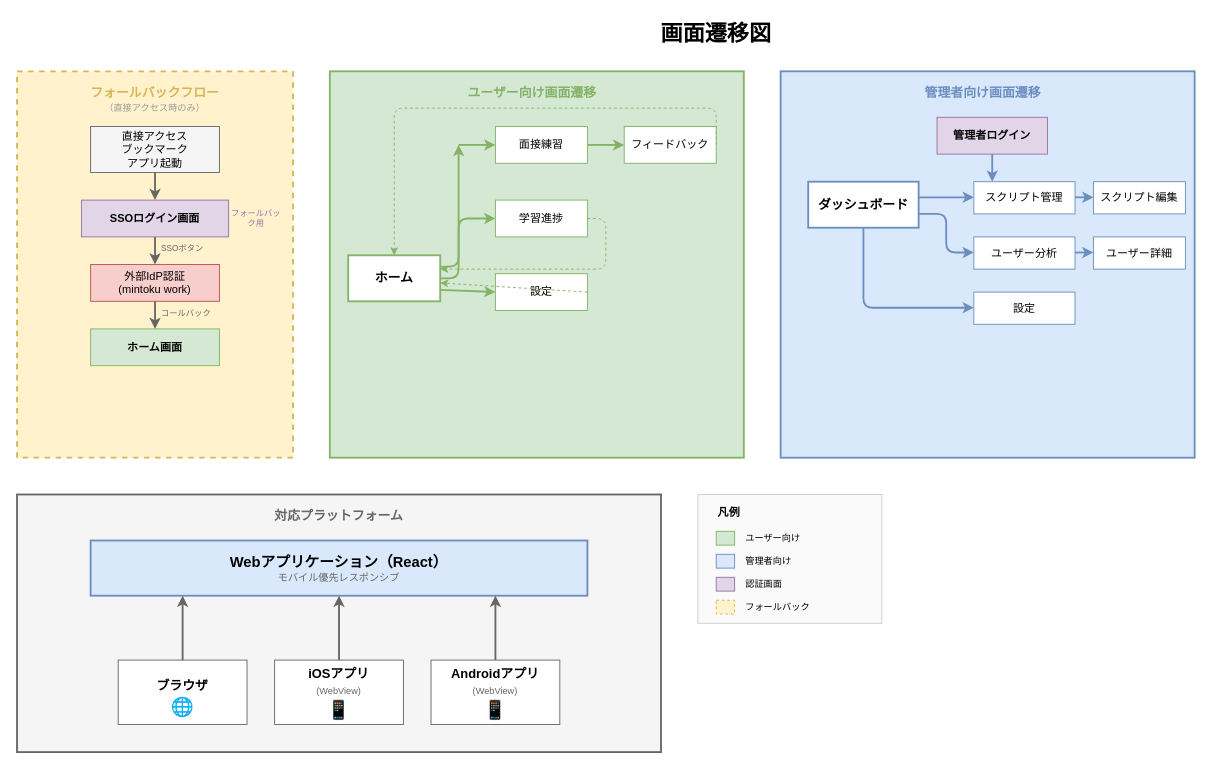
yoshidasendai115/ai-interview keeps this draw.io diagram as docs/images/画面設計書_4.1_画面遷移図.drawio. Above is the earlier version. Source tidied: cells renumbered, new cells numbered last; positions are measured from the earlier drawing's top-left corner, leaving out a move shared by most shapes. Both pictures are drawn from the tidied source at 92%, with x=0, y=0 at pixel (17, 16).
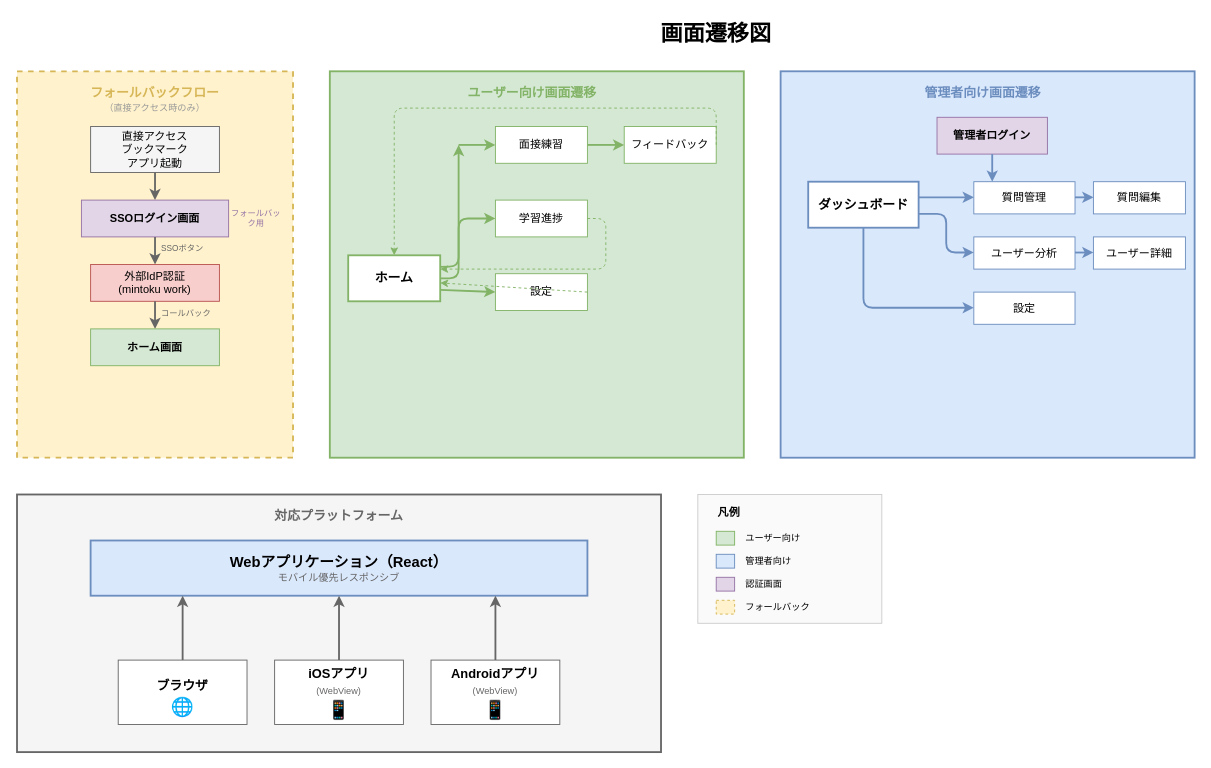
The same diagram, later.

The edit, as a diff of the source:
```diff
@@
-    <mxCell id="36" value="スクリプト管理" style="rounded=0;whiteSpace=wrap;html=1;fillColor=#ffffff;strokeColor=#6c8ebf;" parent="1" vertex="1">
+    <mxCell id="36" value="質問管理" style="rounded=0;whiteSpace=wrap;html=1;fillColor=#ffffff;strokeColor=#6c8ebf;" parent="1" vertex="1">
       <mxGeometry x="1040" y="180" width="110" height="35" as="geometry" />
     </mxCell>
-    <mxCell id="37" value="スクリプト編集" style="rounded=0;whiteSpace=wrap;html=1;fillColor=#ffffff;strokeColor=#6c8ebf;" parent="1" vertex="1">
+    <mxCell id="37" value="質問編集" style="rounded=0;whiteSpace=wrap;html=1;fillColor=#ffffff;strokeColor=#6c8ebf;" parent="1" vertex="1">
       <mxGeometry x="1170" y="180" width="100" height="35" as="geometry" />
     </mxCell>
```
